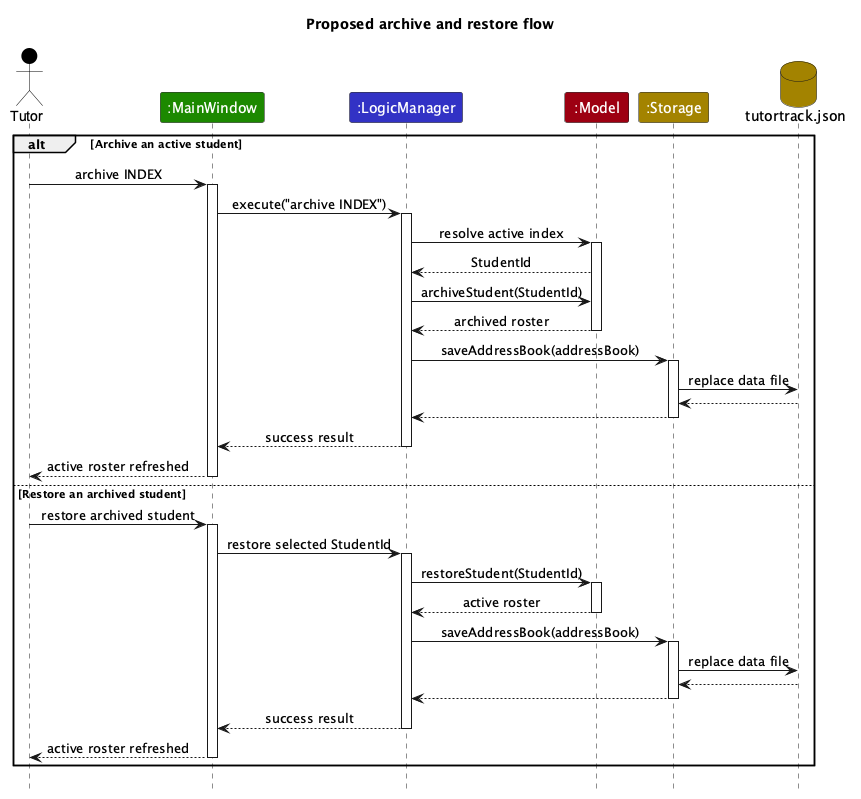
The PlantUML diagram docs/images/StudentArchivingSequenceDiagram.png in AY2627S1-CS2103T-F09-1/tp, before a commit.
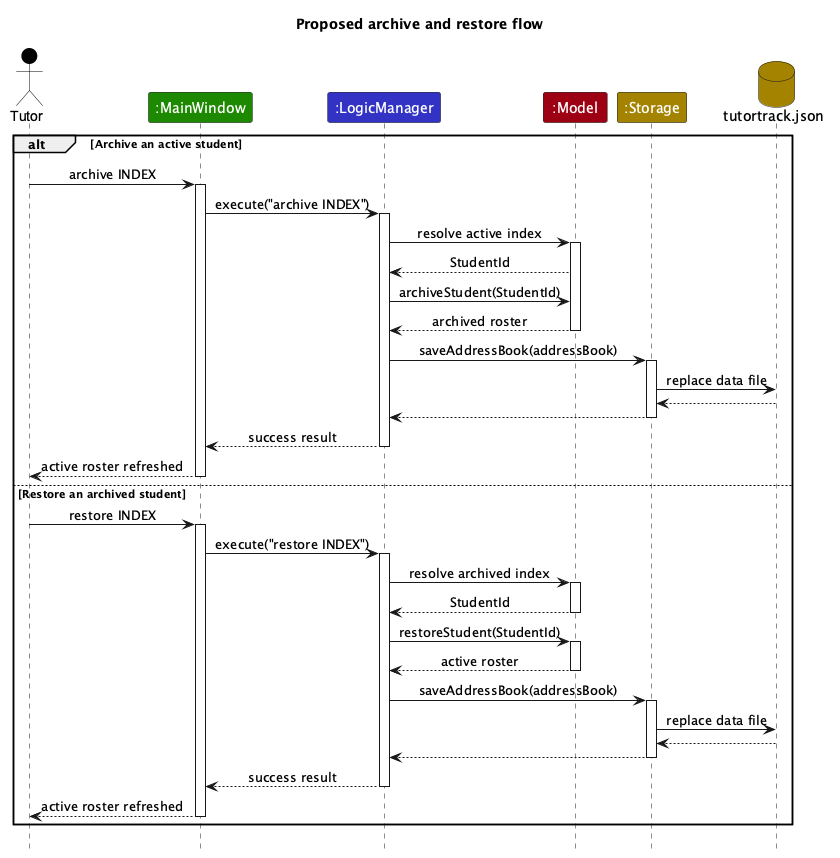
The same diagram one commit later.

Commit message:
Clarify proposed student restore flow

The proposed archive diagram does not show how a tutor selects an archived student, and one deletion guarantee is unclear.\n\nShow restore INDEX resolving through the archived view to a stable StudentId before restoration, regenerate the diagram, and clarify the failed-deletion guarantee in the Developer Guide.

Diff of the diagram source:
```diff
@@ -33,10 +33,14 @@
     window --> tutor : active roster refreshed
     deactivate window
 else Restore an archived student
-    tutor -> window : restore archived student
+    tutor -> window : restore INDEX
     activate window
-    window -> logic : restore selected StudentId
+    window -> logic : execute("restore INDEX")
     activate logic
+    logic -> model : resolve archived index
+    activate model
+    model --> logic : StudentId
+    deactivate model
     logic -> model : restoreStudent(StudentId)
     activate model
     model --> logic : active roster
```
